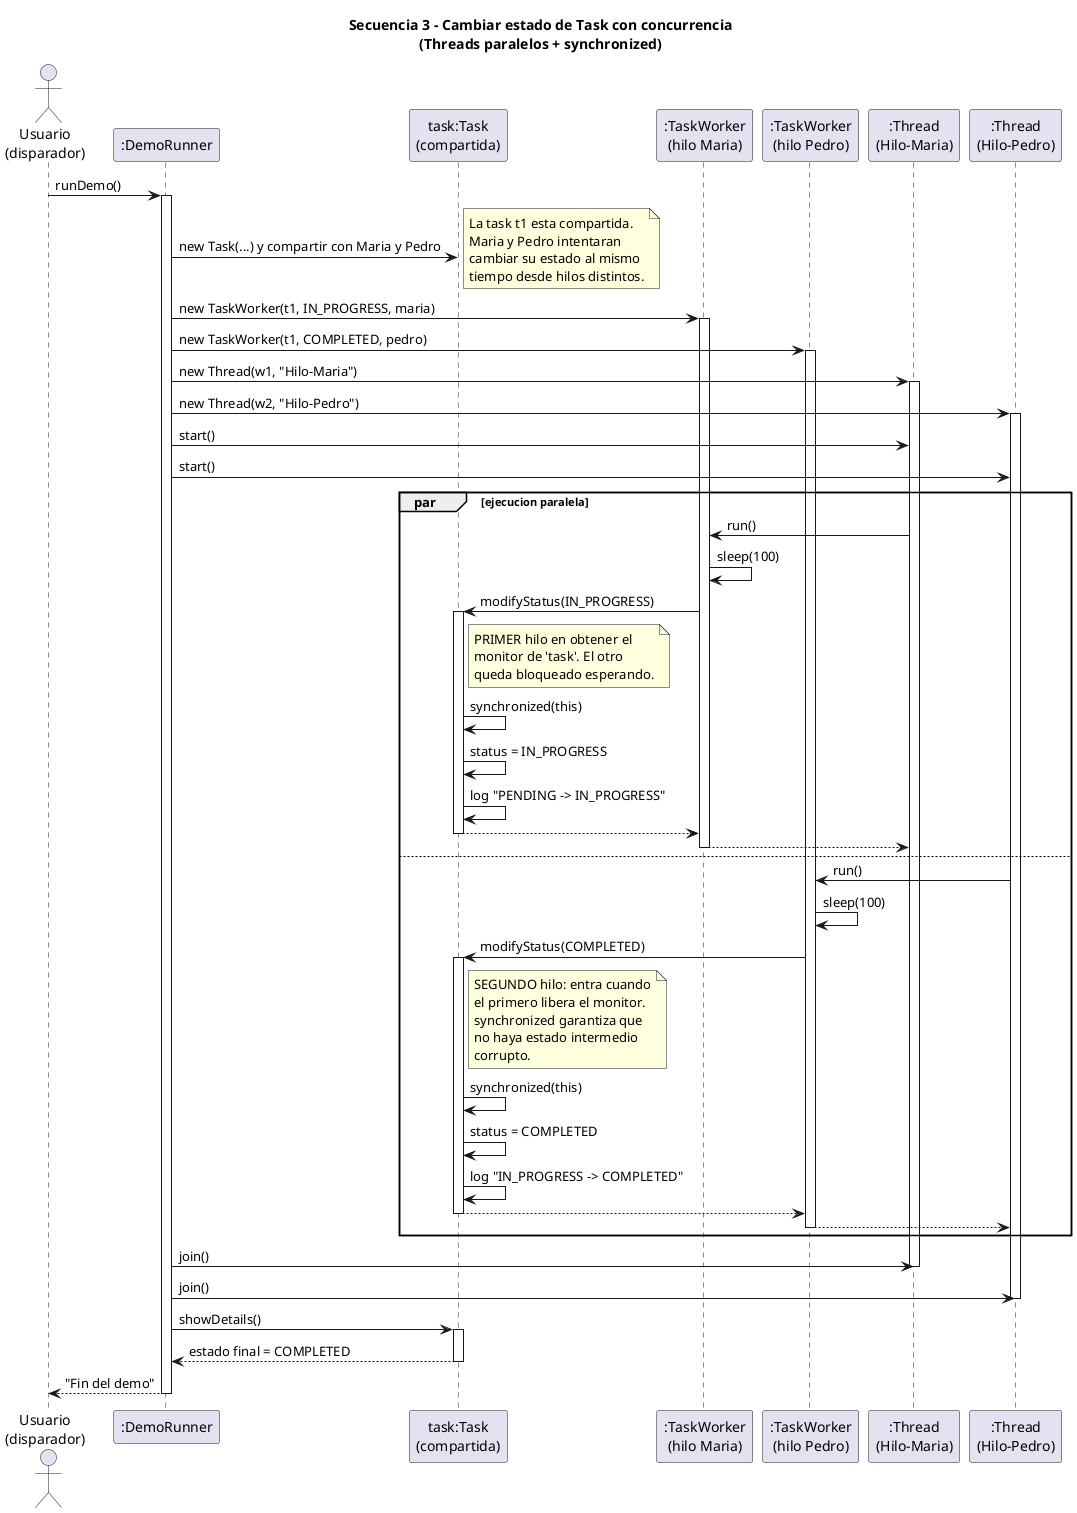
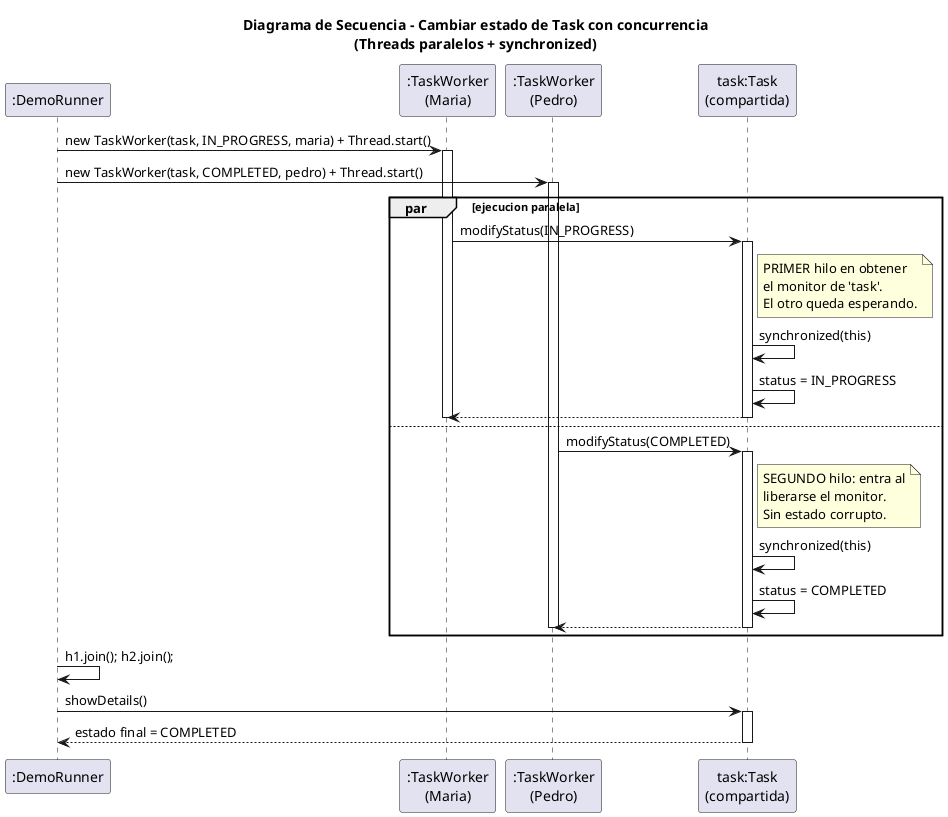
@startuml SecuenciaCambiarEstado
- title Secuencia 3 - Cambiar estado de Task con concurrencia\n(Threads paralelos + synchronized)
+ title Diagrama de Secuencia - Cambiar estado de Task con concurrencia\n(Threads paralelos + synchronized)

- actor "Usuario\n(disparador)" as U
participant ":DemoRunner" as demo
+ participant ":TaskWorker\n(Maria)" as w1
+ participant ":TaskWorker\n(Pedro)" as w2
participant "task:Task\n(compartida)" as task
- participant ":TaskWorker\n(hilo Maria)" as w1
- participant ":TaskWorker\n(hilo Pedro)" as w2
- participant ":Thread\n(Hilo-Maria)" as t1
- participant ":Thread\n(Hilo-Pedro)" as t2

- U -> demo : runDemo()
- activate demo
- 
- demo -> task : new Task(...) y compartir con Maria y Pedro
- note right
-   La task t1 esta compartida.
-   Maria y Pedro intentaran
-   cambiar su estado al mismo
-   tiempo desde hilos distintos.
- end note
- 
- demo -> w1 : new TaskWorker(t1, IN_PROGRESS, maria)
+ demo -> w1 : new TaskWorker(task, IN_PROGRESS, maria) + Thread.start()
activate w1
- demo -> w2 : new TaskWorker(t1, COMPLETED, pedro)
+ demo -> w2 : new TaskWorker(task, COMPLETED, pedro) + Thread.start()
activate w2

- demo -> t1 : new Thread(w1, "Hilo-Maria")
- activate t1
- demo -> t2 : new Thread(w2, "Hilo-Pedro")
- activate t2
- 
- ' === ARRANQUE DE LOS HILOS ===
- demo -> t1 : start()
- demo -> t2 : start()
- 
- ' === EJECUCION CONCURRENTE ===
par ejecucion paralela
-   t1 -> w1 : run()
-   w1 -> w1 : sleep(100)
  w1 -> task : modifyStatus(IN_PROGRESS)
  activate task
  note right of task
-     PRIMER hilo en obtener el
-     monitor de 'task'. El otro
-     queda bloqueado esperando.
+     PRIMER hilo en obtener
+     el monitor de 'task'.
+     El otro queda esperando.
  end note
  task -> task : synchronized(this)
  task -> task : status = IN_PROGRESS
-   task -> task : log "PENDING -> IN_PROGRESS"
  task --> w1
  deactivate task
-   w1 --> t1
  deactivate w1
else
-   t2 -> w2 : run()
-   w2 -> w2 : sleep(100)
  w2 -> task : modifyStatus(COMPLETED)
  activate task
  note right of task
-     SEGUNDO hilo: entra cuando
-     el primero libera el monitor.
-     synchronized garantiza que
-     no haya estado intermedio
-     corrupto.
+     SEGUNDO hilo: entra al
+     liberarse el monitor.
+     Sin estado corrupto.
  end note
  task -> task : synchronized(this)
  task -> task : status = COMPLETED
-   task -> task : log "IN_PROGRESS -> COMPLETED"
  task --> w2
  deactivate task
-   w2 --> t2
  deactivate w2
end

- demo -> t1 : join()
- deactivate t1
- demo -> t2 : join()
- deactivate t2
- 
+ demo -> demo : h1.join(); h2.join();
demo -> task : showDetails()
activate task
task --> demo : estado final = COMPLETED
deactivate task

- demo --> U : "Fin del demo"
- deactivate demo
- 
@enduml
